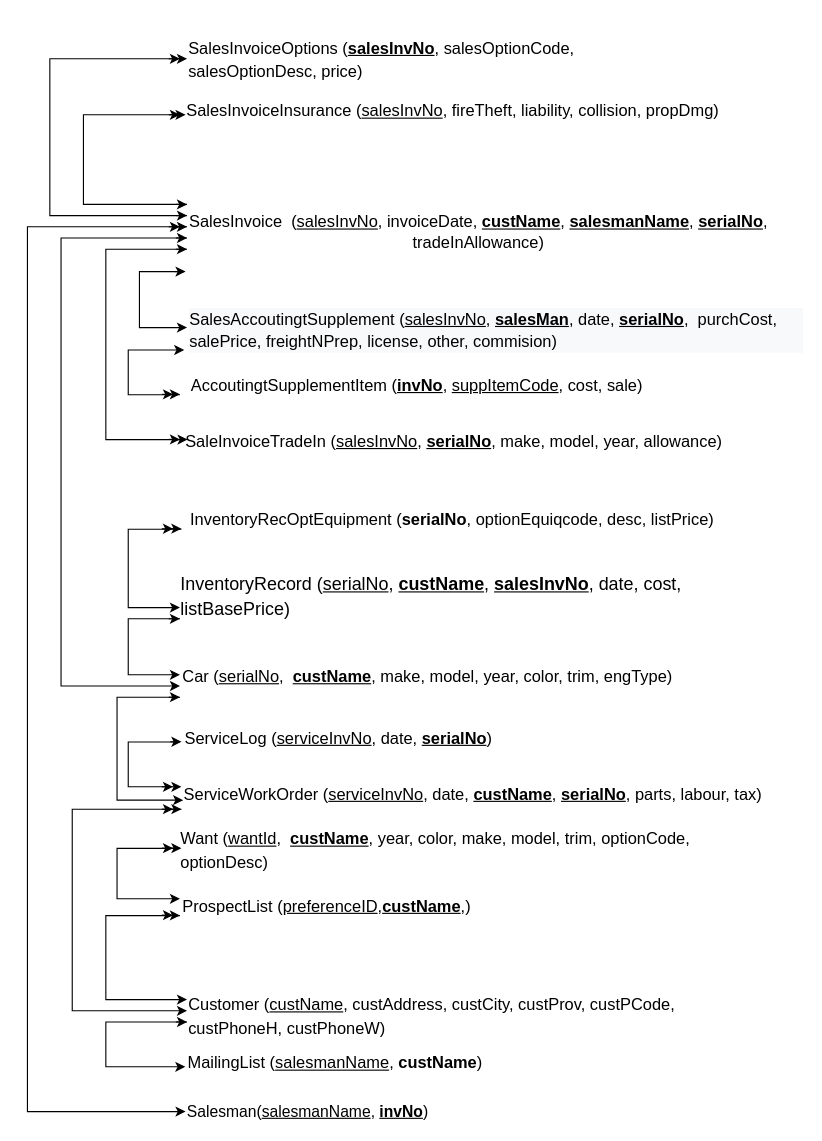
Above: structurediagram.drawio in tea-win/creatica (draw.io), before the change. Source tidied: cells renumbered, new cells numbered last; positions are measured from the earlier drawing's top-left corner, leaving out a move shared by most shapes. Both pictures are drawn from the tidied source at 112%, with x=0, y=0 at pixel (27, 47).
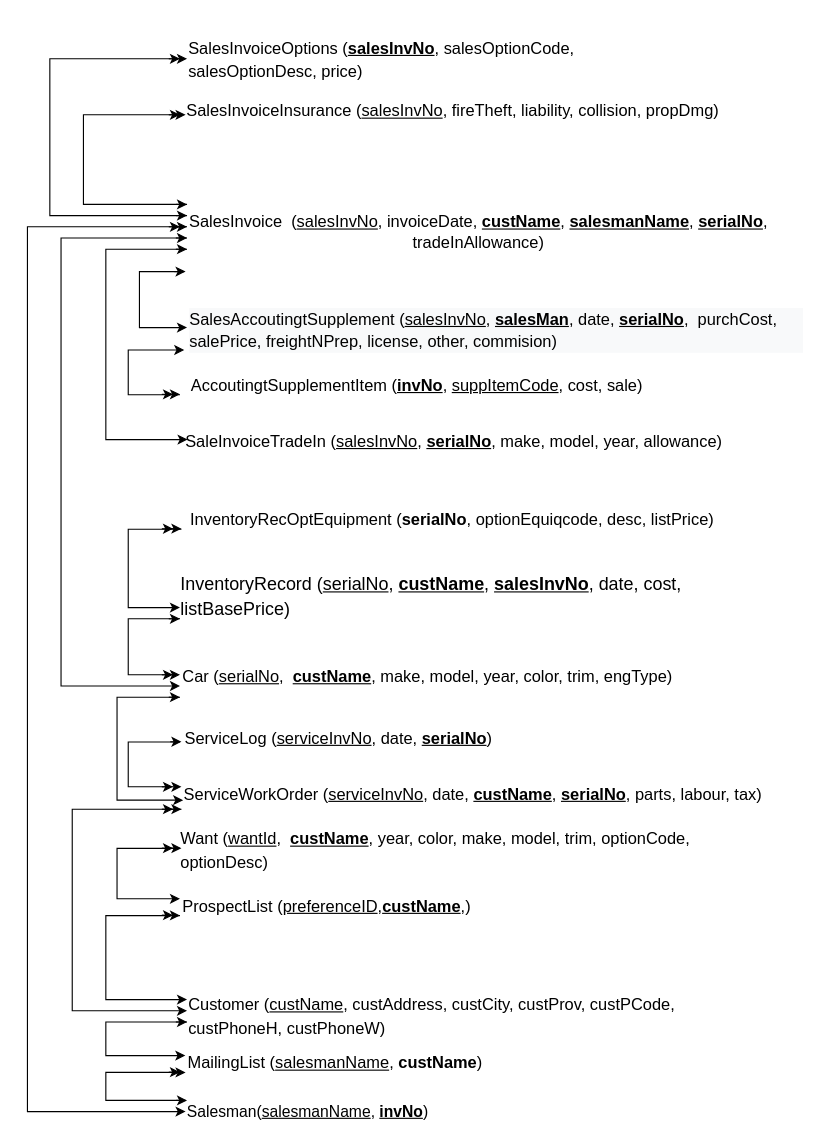
Above is the later version.

Unchanged cells that the change refers to:
```xml
<mxCell id="4" value="&lt;span id=&quot;docs-internal-guid-f85bfaa0-7fff-9a6b-ba9b-2f663f60cca4&quot; style=&quot;text-align: left ; font-size: 13px&quot;&gt;&lt;p dir=&quot;ltr&quot; style=&quot;line-height: 1.38 ; margin-top: 12pt ; margin-bottom: 12pt&quot;&gt;&lt;span style=&quot;font-size: 11pt ; font-family: &amp;#34;arial&amp;#34; ; background-color: transparent ; vertical-align: baseline&quot;&gt;MailingList (&lt;/span&gt;&lt;span style=&quot;font-size: 11pt ; font-family: &amp;#34;arial&amp;#34; ; background-color: transparent ; vertical-align: baseline&quot;&gt;&lt;u&gt;salesmanName&lt;/u&gt;&lt;/span&gt;&lt;span style=&quot;font-size: 11pt ; font-family: &amp;#34;arial&amp;#34; ; background-color: transparent ; vertical-align: baseline&quot;&gt;,&amp;nbsp;&lt;/span&gt;&lt;span style=&quot;font-size: 11pt ; font-family: &amp;#34;arial&amp;#34; ; background-color: transparent ; font-weight: 700 ; vertical-align: baseline&quot;&gt;custName&lt;/span&gt;&lt;span style=&quot;font-size: 11pt ; font-family: &amp;#34;arial&amp;#34; ; background-color: transparent ; vertical-align: baseline&quot;&gt;)&lt;/span&gt;&lt;/p&gt;&lt;div&gt;&lt;span style=&quot;font-size: 11pt ; font-family: &amp;#34;arial&amp;#34; ; background-color: transparent ; vertical-align: baseline&quot;&gt;&lt;br&gt;&lt;/span&gt;&lt;/div&gt;&lt;/span&gt;" style="text;html=1;strokeColor=none;fillColor=none;align=center;verticalAlign=middle;whiteSpace=wrap;rounded=0;" parent="1" vertex="1">
  <mxGeometry x="141.2" y="900" width="267.5" height="30" as="geometry" />
</mxCell>
<mxCell id="6" value="&lt;span id=&quot;docs-internal-guid-f85bfaa0-7fff-9a6b-ba9b-2f663f60cca4&quot; style=&quot;text-align: left ; font-size: 13px&quot;&gt;&lt;p dir=&quot;ltr&quot; style=&quot;line-height: 1.38 ; margin-top: 12pt ; margin-bottom: 12pt&quot;&gt;&lt;span style=&quot;font-size: 11pt ; font-family: &amp;#34;arial&amp;#34; ; background-color: transparent ; vertical-align: baseline&quot;&gt;Customer (&lt;/span&gt;&lt;span style=&quot;font-size: 11pt ; font-family: &amp;#34;arial&amp;#34; ; background-color: transparent ; vertical-align: baseline&quot;&gt;&lt;u&gt;custName&lt;/u&gt;&lt;/span&gt;&lt;span style=&quot;font-size: 11pt ; font-family: &amp;#34;arial&amp;#34; ; background-color: transparent ; vertical-align: baseline&quot;&gt;, custAddress, custCity, custProv, custPCode, custPhoneH, custPhoneW)&lt;/span&gt;&lt;/p&gt;&lt;span id=&quot;docs-internal-guid-f85bfaa0-7fff-9a6b-ba9b-2f663f60cca4&quot;&gt;&lt;/span&gt;&lt;/span&gt;" style="text;html=1;strokeColor=none;fillColor=none;align=center;verticalAlign=middle;whiteSpace=wrap;rounded=0;" parent="1" vertex="1">
  <mxGeometry x="142.5" y="850" width="465" height="30" as="geometry" />
</mxCell>
<mxCell id="32" value="&lt;font style=&quot;font-size: 14px&quot;&gt;Salesman(&lt;u&gt;salesmanName&lt;/u&gt;, &lt;u&gt;&lt;b&gt;invNo&lt;/b&gt;&lt;/u&gt;)&lt;/font&gt;" style="text;html=1;strokeColor=none;fillColor=none;align=center;verticalAlign=middle;whiteSpace=wrap;rounded=0;" parent="1" vertex="1">
  <mxGeometry x="141.2" y="940" width="218.8" height="20" as="geometry" />
</mxCell>
```

What changed in the source:
```diff
@@
     <mxCell id="5" style="edgeStyle=orthogonalEdgeStyle;rounded=0;jettySize=auto;html=1;" parent="1" edge="1" source="6">
       <mxGeometry relative="1" as="geometry">
-        <mxPoint x="141" y="910" as="targetPoint" />
+        <mxPoint x="141" y="900" as="targetPoint" />
         <Array as="points">
           <mxPoint x="70" y="870" />
-          <mxPoint x="70" y="910" />
+          <mxPoint x="70" y="900" />
+          <mxPoint x="141" y="900" />
         </Array>
       </mxGeometry>
     </mxCell>
@@
+    <mxCell id="59" style="edgeStyle=orthogonalEdgeStyle;rounded=0;jettySize=auto;html=1;entryX=0;entryY=0.5;entryDx=0;entryDy=0;" parent="1" edge="1" source="32" target="4">
+      <mxGeometry relative="1" as="geometry">
+        <Array as="points">
+          <mxPoint x="70" y="940" />
+          <mxPoint x="70" y="915" />
+        </Array>
+      </mxGeometry>
+    </mxCell>
@@
-    <mxCell id="36" style="endArrow=classic;html=1;" parent="1" edge="1">
-      <mxGeometry relative="1" as="geometry">
-        <mxPoint x="126.2" y="349.8" as="sourcePoint" />
-        <mxPoint x="136.2" y="349.8" as="targetPoint" />
-      </mxGeometry>
-    </mxCell>
@@
+    <mxCell id="60" style="endArrow=classic;html=1;" parent="1" edge="1">
+      <mxGeometry relative="1" as="geometry">
+        <mxPoint x="120" y="560" as="sourcePoint" />
+        <mxPoint x="130" y="560" as="targetPoint" />
+      </mxGeometry>
+    </mxCell>
+    <mxCell id="61" style="endArrow=classic;html=1;" parent="1" edge="1">
+      <mxGeometry relative="1" as="geometry">
+        <mxPoint x="132.5" y="940" as="sourcePoint" />
+        <mxPoint x="142.5" y="940" as="targetPoint" />
+      </mxGeometry>
+    </mxCell>
+    <mxCell id="62" style="endArrow=classic;html=1;" parent="1" edge="1">
+      <mxGeometry relative="1" as="geometry">
+        <mxPoint x="126.2" y="914.8" as="sourcePoint" />
+        <mxPoint x="136.2" y="914.8" as="targetPoint" />
+      </mxGeometry>
+    </mxCell>
```
